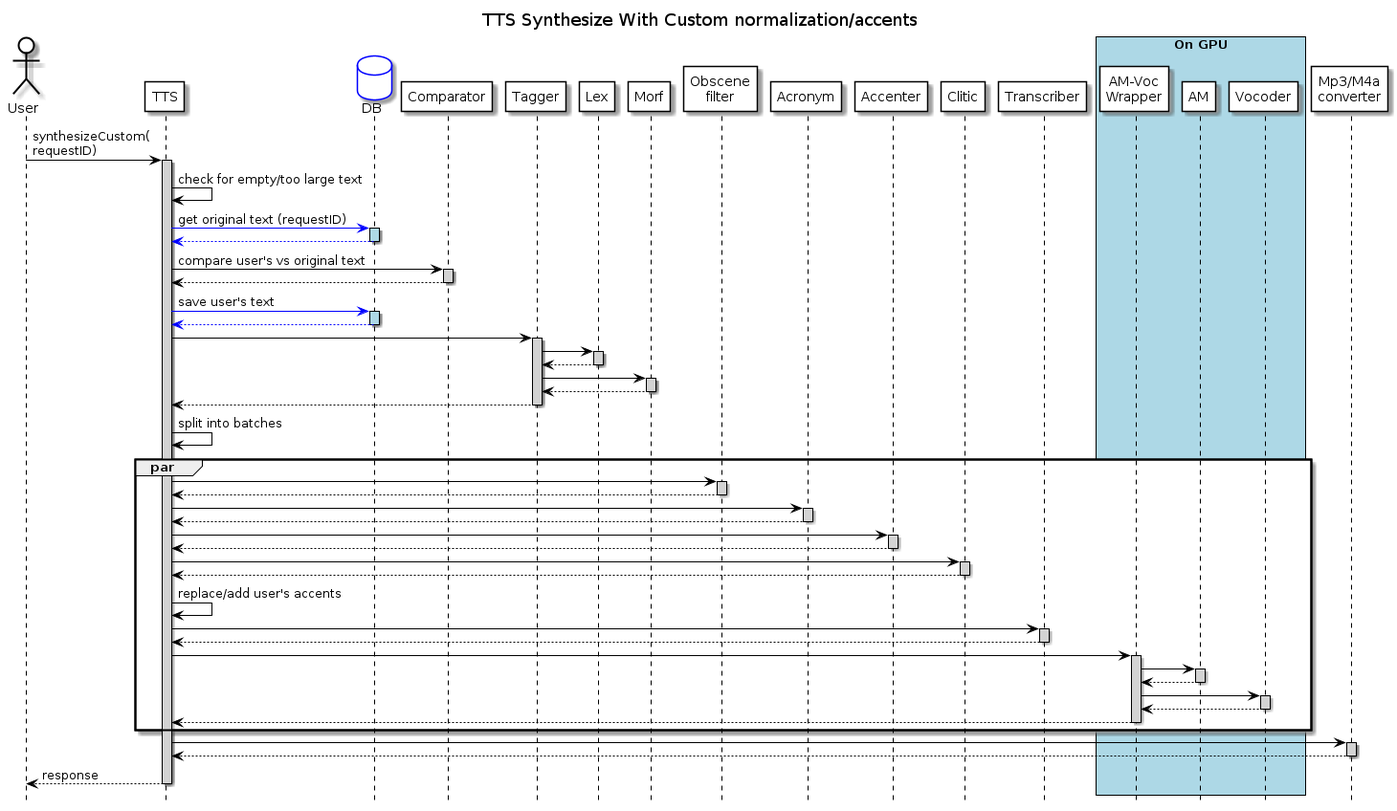
This is info/tts.custom.png from airenas/tts-line, a PlantUML export, as it was before one commit.
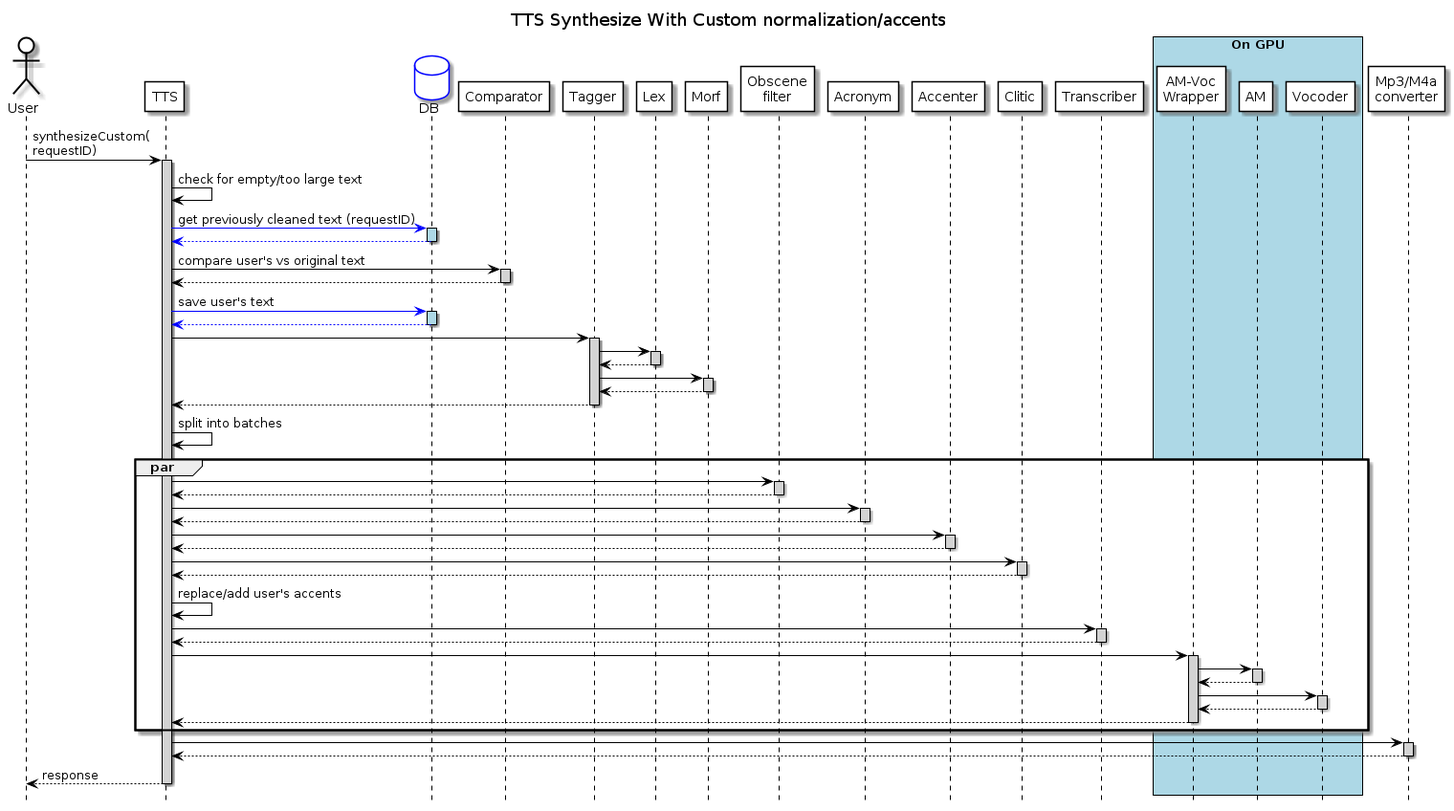
After the commit.

Commit message:
Fix problem with text saving

The edit, as a diff of the source:
```diff
@@ -45,11 +45,10 @@
 
 tts -> tts: check for empty/too large text
 
-tts -[#blue]> DB: get original text (requestID)
+tts -[#blue]> DB: get previously cleaned text (requestID)
 activate DB #lightblue
 DB -[#blue]-> tts:
 deactivate DB
-
 
 tts -> comparator: compare user's vs original text
 activate comparator
```
